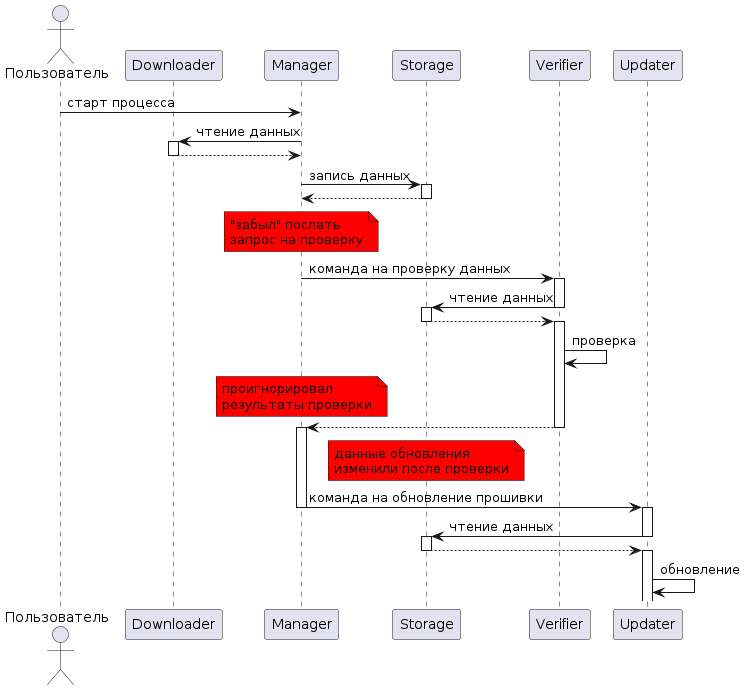
Earlier version of the PlantUML export docs/report/diagrams/docs/report/sd-negative/sd-negative.png (sergey-sobolev/secure-update). Source of this version:
```plantuml
@startuml

actor "Пользователь" as u
participant Downloader
participant Manager
participant Manager
participant Storage
participant Verifier
participant Updater


u -> Manager: старт процесса
Manager -> Downloader++: чтение данных
Downloader --> Manager--
Manager -> Storage++: запись данных
Storage --> Manager--
note over Manager #red
"забыл" послать
запрос на проверку
end note
Manager -> Verifier++: команда на проверку данных
Verifier -> Storage--: чтение данных
activate Storage
Storage --> Verifier--
activate Verifier
Verifier -> Verifier: проверка
note over Manager #red
проигнорировал
результаты проверки
end note
Verifier --> Manager--
activate Manager
note over Storage #red
данные обновления
изменили после проверки
end note

Manager -> Updater--: команда на обновление прошивки
activate Updater
Updater -> Storage: чтение данных
deactivate Updater
activate Storage
Storage --> Updater
deactivate Storage
activate Updater
Updater -> Updater: обновление


@enduml
```
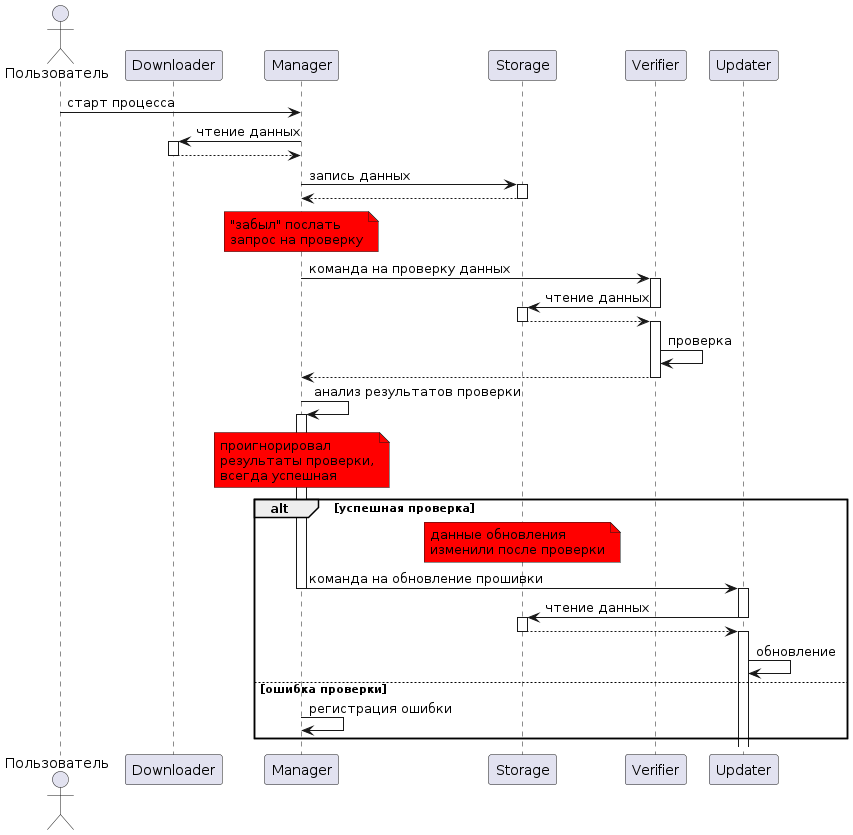
After the commit.

Commit message:
docs: update negative scenarios sequence diagrams

What changed in the source:
```diff
@@ -24,11 +24,14 @@
 Storage --> Verifier--
 activate Verifier
 Verifier -> Verifier: проверка
+Verifier --> Manager--
+Manager -> Manager: анализ результатов проверки
 note over Manager #red
 проигнорировал
-результаты проверки
+результаты проверки,
+всегда успешная
 end note
-Verifier --> Manager--
+alt успешная проверка
 activate Manager
 note over Storage #red
 данные обновления
@@ -44,6 +47,8 @@
 deactivate Storage
 activate Updater
 Updater -> Updater: обновление
-
+else ошибка проверки
+Manager -> Manager: регистрация ошибки
+end
 
 @enduml
```
